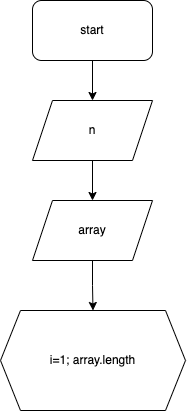
yusifny/task-28.02.22 keeps this draw.io diagram as Binary_Search_Algorithm.png. Above is the earlier version. Source tidied: cells renumbered, new cells last; positions are measured from the earlier drawing's top-left corner, leaving out a move shared by most shapes. Its diagram source:
```xml
<mxGraphModel>
  <root>
    <mxCell id="0" />
    <mxCell id="1" parent="0" />
    <mxCell id="2" style="edgeStyle=orthogonalEdgeStyle;rounded=0;jettySize=auto;html=1;" parent="1" edge="1" source="3" target="5">
      <mxGeometry relative="1" as="geometry" />
    </mxCell>
    <mxCell id="3" value="start&lt;br&gt;" style="rounded=1;whiteSpace=wrap;html=1;" parent="1" vertex="1">
      <mxGeometry x="32" width="120" height="60" as="geometry" />
    </mxCell>
    <mxCell id="4" style="edgeStyle=orthogonalEdgeStyle;rounded=0;jettySize=auto;html=1;" parent="1" edge="1" source="5" target="7">
      <mxGeometry relative="1" as="geometry" />
    </mxCell>
    <mxCell id="5" value="n" style="shape=parallelogram;perimeter=parallelogramPerimeter;whiteSpace=wrap;html=1;fixedSize=1;" parent="1" vertex="1">
      <mxGeometry x="32" y="100" width="120" height="60" as="geometry" />
    </mxCell>
    <mxCell id="6" style="edgeStyle=orthogonalEdgeStyle;rounded=0;jettySize=auto;html=1;" parent="1" edge="1" source="7" target="8">
      <mxGeometry relative="1" as="geometry" />
    </mxCell>
    <mxCell id="7" value="array" style="shape=parallelogram;perimeter=parallelogramPerimeter;whiteSpace=wrap;html=1;fixedSize=1;" parent="1" vertex="1">
      <mxGeometry x="32" y="200" width="120" height="60" as="geometry" />
    </mxCell>
    <mxCell id="8" value="i=1; array.length" style="shape=hexagon;perimeter=hexagonPerimeter2;whiteSpace=wrap;html=1;fixedSize=1;" parent="1" vertex="1">
      <mxGeometry y="310" width="185" height="100" as="geometry" />
    </mxCell>
  </root>
</mxGraphModel>
```
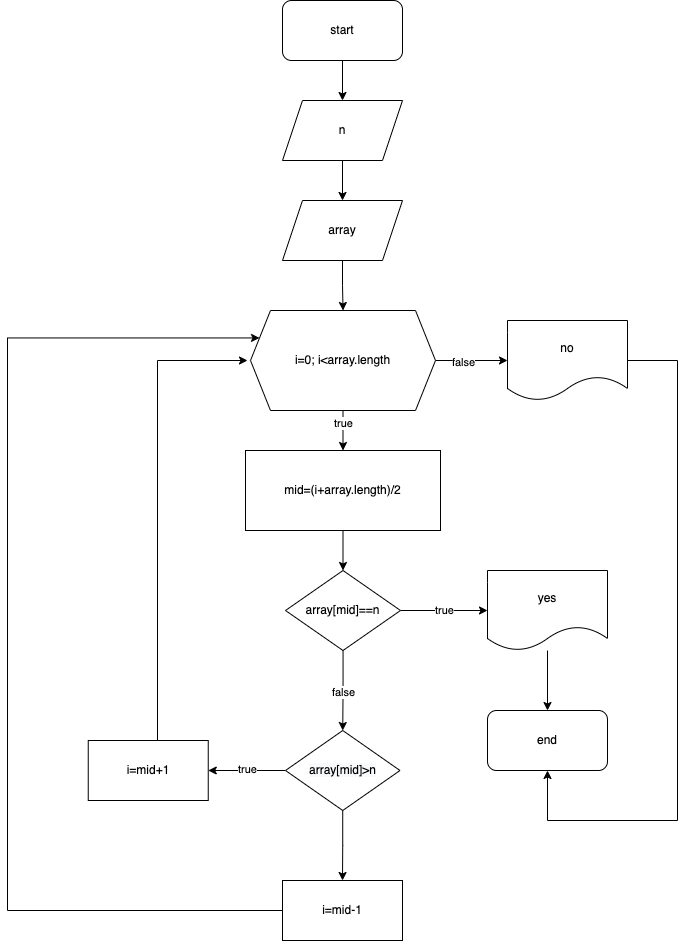
Above is the later version.

What changed in the source:
```diff
@@ -20,8 +20,98 @@
     <mxCell id="7" value="array" style="shape=parallelogram;perimeter=parallelogramPerimeter;whiteSpace=wrap;html=1;fixedSize=1;" parent="1" vertex="1">
       <mxGeometry x="32" y="200" width="120" height="60" as="geometry" />
     </mxCell>
+    <mxCell id="9" style="edgeStyle=orthogonalEdgeStyle;rounded=0;jettySize=auto;html=1;" parent="1" edge="1" source="8" target="14">
+      <mxGeometry relative="1" as="geometry" />
+    </mxCell>
+    <mxCell id="10" value="false" style="edgeLabel;html=1;align=center;verticalAlign=middle;" parent="9" vertex="1">
+      <mxGeometry x="-0.22" y="-1" relative="1" as="geometry" />
+    </mxCell>
+    <mxCell id="11" style="edgeStyle=orthogonalEdgeStyle;rounded=0;jettySize=auto;html=1;" parent="1" edge="1" source="8" target="16">
+      <mxGeometry relative="1" as="geometry" />
+    </mxCell>
+    <mxCell id="12" value="true" style="edgeLabel;html=1;align=center;verticalAlign=middle;" parent="11" vertex="1">
+      <mxGeometry x="-0.38" relative="1" as="geometry" />
+    </mxCell>
-    <mxCell id="8" value="i=1; array.length" style="shape=hexagon;perimeter=hexagonPerimeter2;whiteSpace=wrap;html=1;fixedSize=1;" parent="1" vertex="1">
+    <mxCell id="8" value="i=0; i&amp;lt;array.length" style="shape=hexagon;perimeter=hexagonPerimeter2;whiteSpace=wrap;html=1;fixedSize=1;" parent="1" vertex="1">
       <mxGeometry y="310" width="185" height="100" as="geometry" />
     </mxCell>
+    <mxCell id="13" style="edgeStyle=orthogonalEdgeStyle;rounded=0;jettySize=auto;html=1;entryX=0.5;entryY=1;entryDx=0;entryDy=0;" parent="1" edge="1" source="14" target="24">
+      <mxGeometry relative="1" as="geometry">
+        <Array as="points">
+          <mxPoint x="427" y="360" />
+          <mxPoint x="427" y="820" />
+          <mxPoint x="297" y="820" />
+        </Array>
+      </mxGeometry>
+    </mxCell>
+    <mxCell id="14" value="no" style="shape=document;whiteSpace=wrap;html=1;boundedLbl=1;" parent="1" vertex="1">
+      <mxGeometry x="257" y="320" width="120" height="80" as="geometry" />
+    </mxCell>
+    <mxCell id="15" style="edgeStyle=orthogonalEdgeStyle;rounded=0;jettySize=auto;html=1;" parent="1" edge="1" source="16" target="23">
+      <mxGeometry relative="1" as="geometry" />
+    </mxCell>
+    <mxCell id="16" value="mid=(i+array.length)/2" style="rounded=0;whiteSpace=wrap;html=1;" parent="1" vertex="1">
+      <mxGeometry x="-5" y="450" width="195" height="80" as="geometry" />
+    </mxCell>
+    <mxCell id="17" style="edgeStyle=orthogonalEdgeStyle;rounded=0;jettySize=auto;html=1;" parent="1" edge="1" source="18" target="24">
+      <mxGeometry relative="1" as="geometry" />
+    </mxCell>
+    <mxCell id="18" value="yes" style="shape=document;whiteSpace=wrap;html=1;boundedLbl=1;" parent="1" vertex="1">
+      <mxGeometry x="237" y="570" width="120" height="80" as="geometry" />
+    </mxCell>
+    <mxCell id="19" style="edgeStyle=orthogonalEdgeStyle;rounded=0;jettySize=auto;html=1;" parent="1" edge="1" source="23" target="18">
+      <mxGeometry relative="1" as="geometry" />
+    </mxCell>
+    <mxCell id="20" value="true" style="edgeLabel;html=1;align=center;verticalAlign=middle;" parent="19" vertex="1">
+      <mxGeometry x="-0.01" y="1" relative="1" as="geometry" />
+    </mxCell>
+    <mxCell id="21" style="edgeStyle=orthogonalEdgeStyle;rounded=0;jettySize=auto;html=1;" parent="1" edge="1" source="23" target="28">
+      <mxGeometry relative="1" as="geometry" />
+    </mxCell>
+    <mxCell id="22" value="false" style="edgeLabel;html=1;align=center;verticalAlign=middle;" parent="21" vertex="1">
+      <mxGeometry x="0.06" y="-4" relative="1" as="geometry">
+        <mxPoint x="4" as="offset" />
+      </mxGeometry>
+    </mxCell>
+    <mxCell id="23" value="array[mid]==n" style="rhombus;whiteSpace=wrap;html=1;rounded=0;" parent="1" vertex="1">
+      <mxGeometry x="35" y="570" width="115" height="80" as="geometry" />
+    </mxCell>
+    <mxCell id="24" value="end" style="rounded=1;whiteSpace=wrap;html=1;" parent="1" vertex="1">
+      <mxGeometry x="237" y="710" width="120" height="60" as="geometry" />
+    </mxCell>
+    <mxCell id="25" style="edgeStyle=orthogonalEdgeStyle;rounded=0;jettySize=auto;html=1;" parent="1" edge="1" source="28" target="30">
+      <mxGeometry relative="1" as="geometry" />
+    </mxCell>
+    <mxCell id="26" value="true" style="edgeLabel;html=1;align=center;verticalAlign=middle;" parent="25" vertex="1">
+      <mxGeometry x="0.01" y="-2" relative="1" as="geometry" />
+    </mxCell>
+    <mxCell id="27" style="edgeStyle=orthogonalEdgeStyle;rounded=0;jettySize=auto;html=1;" parent="1" edge="1" source="28" target="32">
+      <mxGeometry relative="1" as="geometry" />
+    </mxCell>
+    <mxCell id="28" value="&lt;span style=&quot;color: rgb(0 , 0 , 0) ; font-family: &amp;#34;helvetica&amp;#34; ; font-size: 12px ; font-style: normal ; font-weight: 400 ; letter-spacing: normal ; text-align: center ; text-indent: 0px ; text-transform: none ; word-spacing: 0px ; background-color: rgb(248 , 249 , 250) ; display: inline ; float: none&quot;&gt;array[mid]&amp;gt;n&lt;/span&gt;" style="rhombus;whiteSpace=wrap;html=1;rounded=0;" parent="1" vertex="1">
+      <mxGeometry x="35" y="730" width="114.5" height="80" as="geometry" />
+    </mxCell>
+    <mxCell id="29" style="edgeStyle=orthogonalEdgeStyle;rounded=0;jettySize=auto;html=1;" parent="1" edge="1" source="30">
+      <mxGeometry relative="1" as="geometry">
+        <mxPoint x="-3" y="360" as="targetPoint" />
+        <Array as="points">
+          <mxPoint x="-93" y="360" />
+        </Array>
+      </mxGeometry>
+    </mxCell>
+    <mxCell id="30" value="i=mid+1" style="whiteSpace=wrap;html=1;rounded=0;" parent="1" vertex="1">
+      <mxGeometry x="-162.2" y="740" width="120" height="60" as="geometry" />
+    </mxCell>
+    <mxCell id="31" style="edgeStyle=orthogonalEdgeStyle;rounded=0;jettySize=auto;html=1;entryX=0;entryY=0.25;entryDx=0;entryDy=0;" parent="1" edge="1" source="32" target="8">
+      <mxGeometry relative="1" as="geometry">
+        <Array as="points">
+          <mxPoint x="-243" y="910" />
+          <mxPoint x="-243" y="337" />
+        </Array>
+      </mxGeometry>
+    </mxCell>
+    <mxCell id="32" value="i=mid-1" style="whiteSpace=wrap;html=1;rounded=0;" parent="1" vertex="1">
+      <mxGeometry x="32" y="880" width="120" height="60" as="geometry" />
+    </mxCell>
   </root>
 </mxGraphModel>
```
